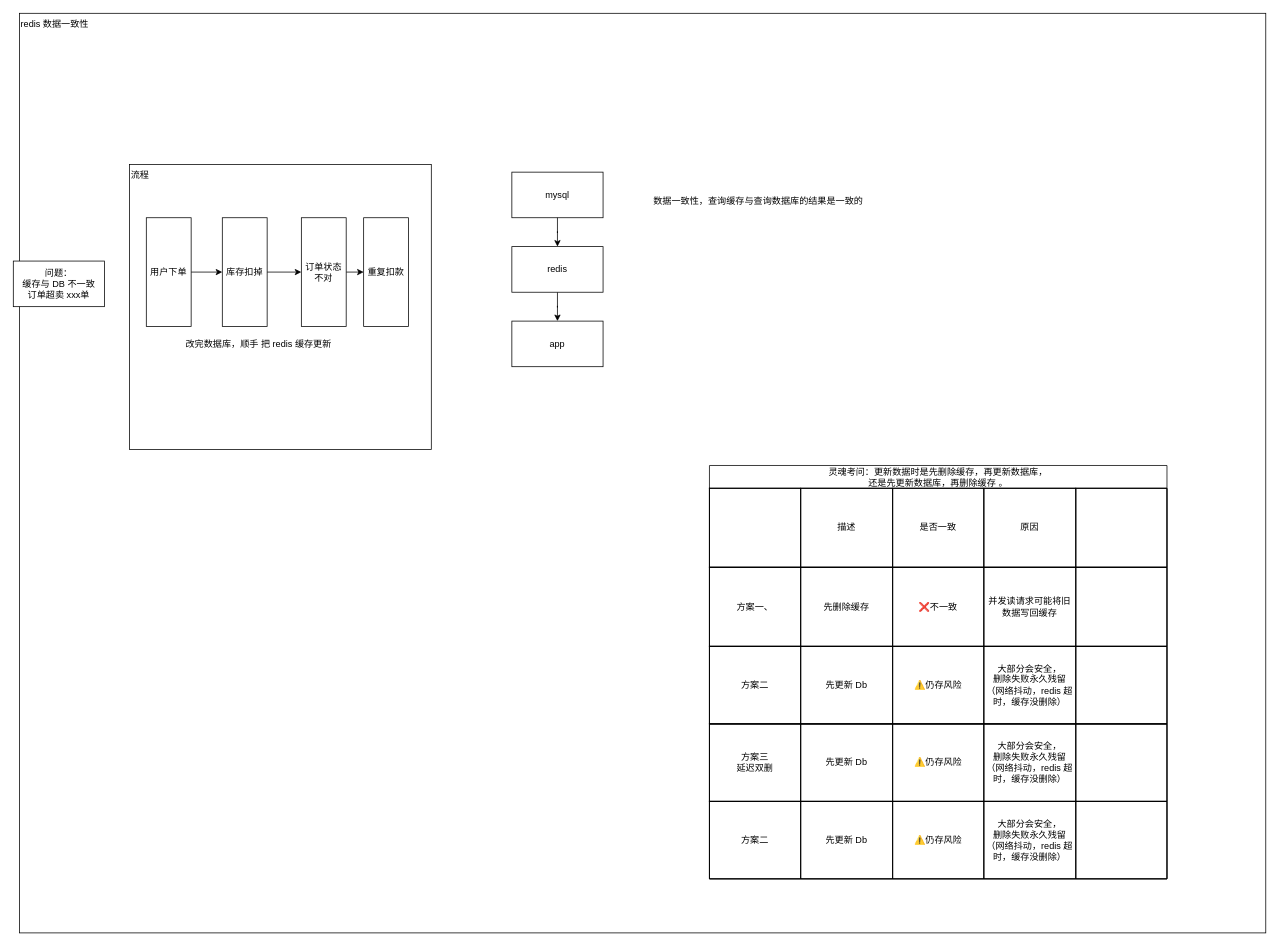
Before: page "第 13 页" (13 of 13) of 2-redis/Redis-架构与面试.drawio in vic868/Deliberate, a draw.io diagram. Source tidied: cells renumbered, new cells numbered last; positions are measured from the earlier drawing's top-left corner, leaving out a move shared by most shapes. Both pictures are drawn from the tidied source at 76%, with x=0, y=0 at pixel (13, 13).
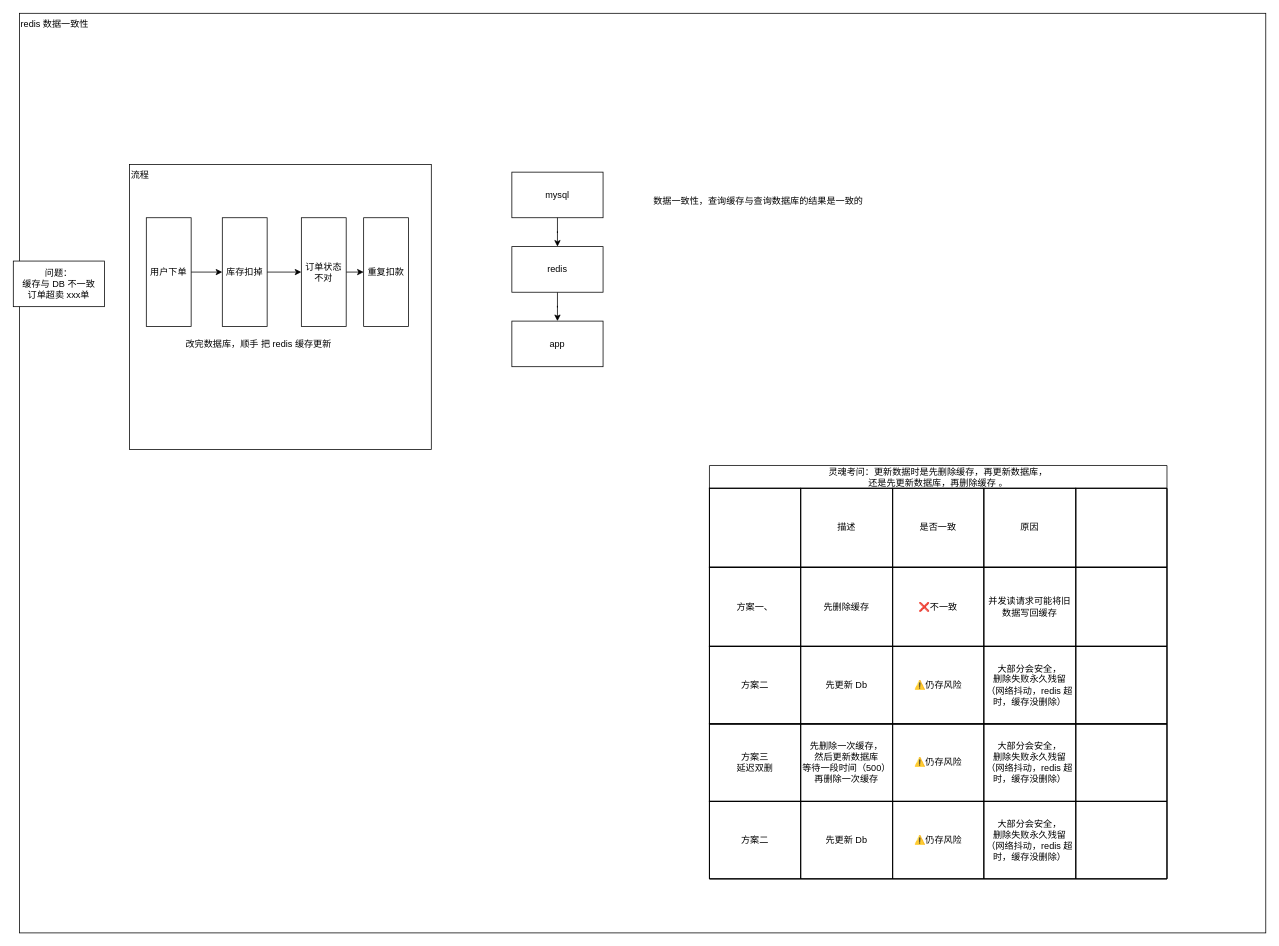
After the change.

Commit message:
vault backup: 2026-10-24 13:53:30

Unchanged cells that the change refers to:
```xml
<mxCell id="39" style="shape=tableRow;horizontal=0;startSize=0;swimlaneHead=0;swimlaneBody=0;strokeColor=inherit;fillColor=none;fixedHeader=1;" parent="20" vertex="1">
  <mxGeometry y="340" width="602" height="102" as="geometry" />
</mxCell>
```

Change to the diagram source:
```diff
@@
-    <mxCell id="41" value="先更新 Db" style="shape=partialRectangle;html=1;whiteSpace=wrap;strokeColor=inherit;overflow=hidden;fillColor=none;" parent="39" vertex="1">
+    <mxCell id="41" value="先删除一次缓存，&lt;div&gt;然后更新数据库&lt;/div&gt;&lt;div&gt;等待一段时间（500）&lt;/div&gt;&lt;div&gt;再删除一次缓存&lt;/div&gt;" style="shape=partialRectangle;html=1;whiteSpace=wrap;strokeColor=inherit;overflow=hidden;fillColor=none;" parent="39" vertex="1">
       <mxGeometry x="120" width="121" height="102" as="geometry" />
     </mxCell>
```
